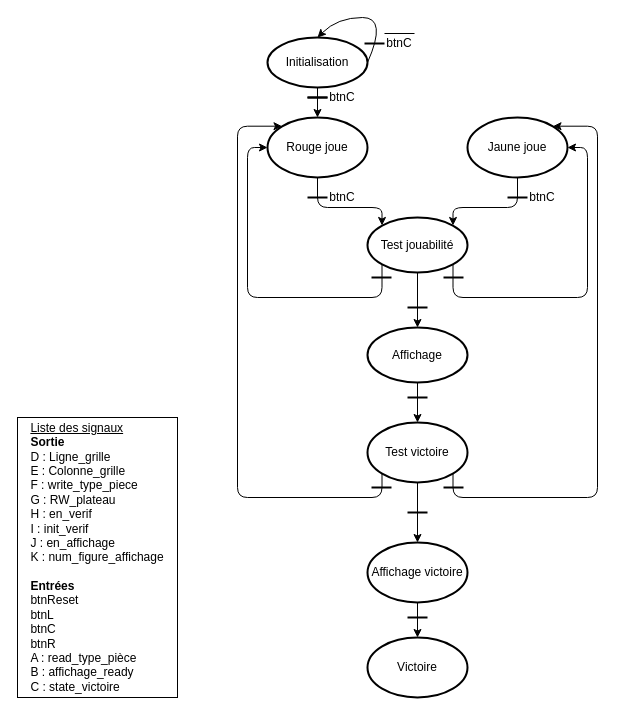
This is Sources/FSM/FSM.drawio from Starmaxou/Puissance4_VHDL, a draw.io file, before an edit. Source tidied: cells renumbered, new cells numbered last; positions are measured from the earlier drawing's top-left corner, leaving out a move shared by most shapes. Both pictures are drawn from the tidied source at 100%, with x=0, y=0 at pixel (17, 17).
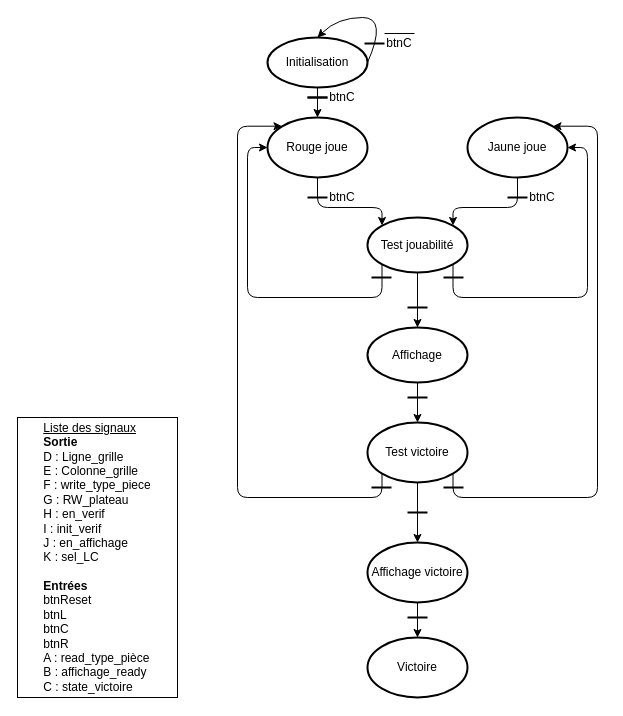
The same diagram, later.

Change to the diagram source:
```diff
@@
-    <mxCell id="40" value="&lt;div style=&quot;text-align: left&quot;&gt;&lt;u&gt;Liste des signaux&lt;/u&gt;&lt;/div&gt;&lt;b&gt;&lt;div style=&quot;text-align: left&quot;&gt;&lt;b&gt;Sortie&lt;/b&gt;&lt;/div&gt;&lt;/b&gt;&lt;div style=&quot;text-align: left&quot;&gt;&lt;span&gt;D : Ligne_grille&lt;/span&gt;&lt;/div&gt;&lt;div style=&quot;text-align: left&quot;&gt;&lt;span&gt;E : Colonne_grille&lt;/span&gt;&lt;/div&gt;&lt;div style=&quot;text-align: left&quot;&gt;&lt;span&gt;F : write_type_piece&lt;/span&gt;&lt;/div&gt;&lt;div style=&quot;text-align: left&quot;&gt;&lt;span&gt;G : RW_plateau&lt;/span&gt;&lt;/div&gt;&lt;div style=&quot;text-align: left&quot;&gt;&lt;span&gt;H : en_verif&lt;/span&gt;&lt;/div&gt;&lt;div style=&quot;text-align: left&quot;&gt;&lt;span&gt;I : init_verif&lt;/span&gt;&lt;/div&gt;&lt;div style=&quot;text-align: left&quot;&gt;&lt;span&gt;J : en_affichage&lt;/span&gt;&lt;/div&gt;&lt;div style=&quot;text-align: left&quot;&gt;&lt;span&gt;K : num_figure_affichage&lt;/span&gt;&lt;/div&gt;&lt;div style=&quot;text-align: left&quot;&gt;&lt;span&gt;&lt;br&gt;&lt;/span&gt;&lt;/div&gt;&lt;div style=&quot;text-align: left&quot;&gt;&lt;b&gt;Entrées&lt;/b&gt;&lt;/div&gt;&lt;div style=&quot;text-align: left&quot;&gt;btnReset&lt;/div&gt;&lt;div style=&quot;text-align: left&quot;&gt;btnL&lt;/div&gt;&lt;div style=&quot;text-align: left&quot;&gt;btnC&lt;/div&gt;&lt;div style=&quot;text-align: left&quot;&gt;btnR&lt;/div&gt;&lt;div style=&quot;text-align: left&quot;&gt;A : read_type_pièce&lt;/div&gt;&lt;div style=&quot;text-align: left&quot;&gt;B : affichage_ready&lt;/div&gt;&lt;div style=&quot;text-align: left&quot;&gt;C : state_victoire&lt;/div&gt;" style="rounded=0;whiteSpace=wrap;html=1;" parent="1" vertex="1">
+    <mxCell id="40" value="&lt;div style=&quot;text-align: left&quot;&gt;&lt;u&gt;Liste des signaux&lt;/u&gt;&lt;/div&gt;&lt;b&gt;&lt;div style=&quot;text-align: left&quot;&gt;&lt;b&gt;Sortie&lt;/b&gt;&lt;/div&gt;&lt;/b&gt;&lt;div style=&quot;text-align: left&quot;&gt;&lt;span&gt;D : Ligne_grille&lt;/span&gt;&lt;/div&gt;&lt;div style=&quot;text-align: left&quot;&gt;&lt;span&gt;E : Colonne_grille&lt;/span&gt;&lt;/div&gt;&lt;div style=&quot;text-align: left&quot;&gt;&lt;span&gt;F : write_type_piece&lt;/span&gt;&lt;/div&gt;&lt;div style=&quot;text-align: left&quot;&gt;&lt;span&gt;G : RW_plateau&lt;/span&gt;&lt;/div&gt;&lt;div style=&quot;text-align: left&quot;&gt;&lt;span&gt;H : en_verif&lt;/span&gt;&lt;/div&gt;&lt;div style=&quot;text-align: left&quot;&gt;&lt;span&gt;I : init_verif&lt;/span&gt;&lt;/div&gt;&lt;div style=&quot;text-align: left&quot;&gt;&lt;span&gt;J : en_affichage&lt;/span&gt;&lt;/div&gt;&lt;div style=&quot;text-align: left&quot;&gt;&lt;span&gt;K : sel_LC&lt;/span&gt;&lt;/div&gt;&lt;div style=&quot;text-align: left&quot;&gt;&lt;span&gt;&lt;br&gt;&lt;/span&gt;&lt;/div&gt;&lt;div style=&quot;text-align: left&quot;&gt;&lt;b&gt;Entrées&lt;/b&gt;&lt;/div&gt;&lt;div style=&quot;text-align: left&quot;&gt;btnReset&lt;/div&gt;&lt;div style=&quot;text-align: left&quot;&gt;btnL&lt;/div&gt;&lt;div style=&quot;text-align: left&quot;&gt;btnC&lt;/div&gt;&lt;div style=&quot;text-align: left&quot;&gt;btnR&lt;/div&gt;&lt;div style=&quot;text-align: left&quot;&gt;A : read_type_pièce&lt;/div&gt;&lt;div style=&quot;text-align: left&quot;&gt;B : affichage_ready&lt;/div&gt;&lt;div style=&quot;text-align: left&quot;&gt;C : state_victoire&lt;/div&gt;" style="rounded=0;whiteSpace=wrap;html=1;" parent="1" vertex="1">
       <mxGeometry y="400" width="160" height="280" as="geometry" />
     </mxCell>
```
